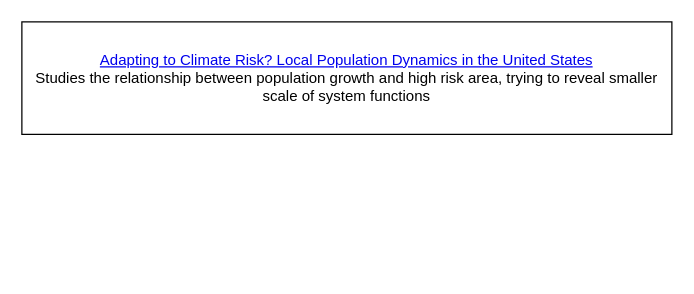
This is RAwork-literature review.drawio from CaptainCCCP/Draw-io-cloud, a draw.io file, before an edit. Source tidied: cells renumbered, new cells numbered last; positions are measured from the earlier drawing's top-left corner, leaving out a move shared by most shapes. Both pictures are drawn from the tidied source at 125%, with x=0, y=0 at pixel (21, 21).
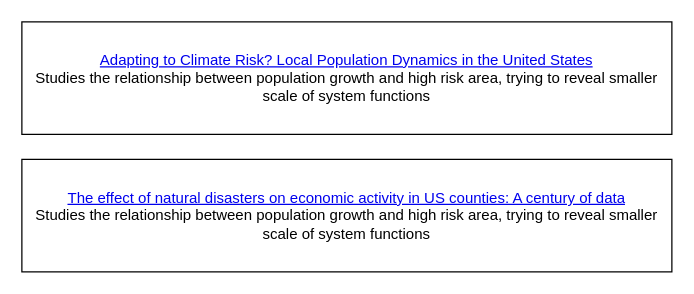
Above is the later version.

Diff of the diagram source:
```diff
@@
 <mxGraphModel>
   <root>
     <mxCell id="0" />
     <mxCell id="1" parent="0" />
     <mxCell id="2" value="&lt;a href=&quot;https://link.springer.com/article/10.1007/s41885-024-00141-9&quot;&gt;Adapting to Climate Risk? Local Population Dynamics in the United States&lt;/a&gt;&lt;div&gt;Studies the relationship between population growth and high risk area, trying to reveal smaller scale of system functions&lt;/div&gt;" style="rounded=0;whiteSpace=wrap;html=1;" parent="1" vertex="1">
       <mxGeometry width="520" height="90" as="geometry" />
     </mxCell>
+    <mxCell id="3" value="&lt;a href=&quot;https://link.springer.com/article/10.1007/s41885-024-00141-9&quot;&gt;The effect of natural disasters on economic activity in US counties: A century of data&lt;/a&gt;&lt;div&gt;Studies the relationship between population growth and high risk area, trying to reveal smaller scale of system functions&lt;/div&gt;" style="rounded=0;whiteSpace=wrap;html=1;" parent="1" vertex="1">
+      <mxGeometry y="110" width="520" height="90" as="geometry" />
+    </mxCell>
   </root>
 </mxGraphModel>
```
